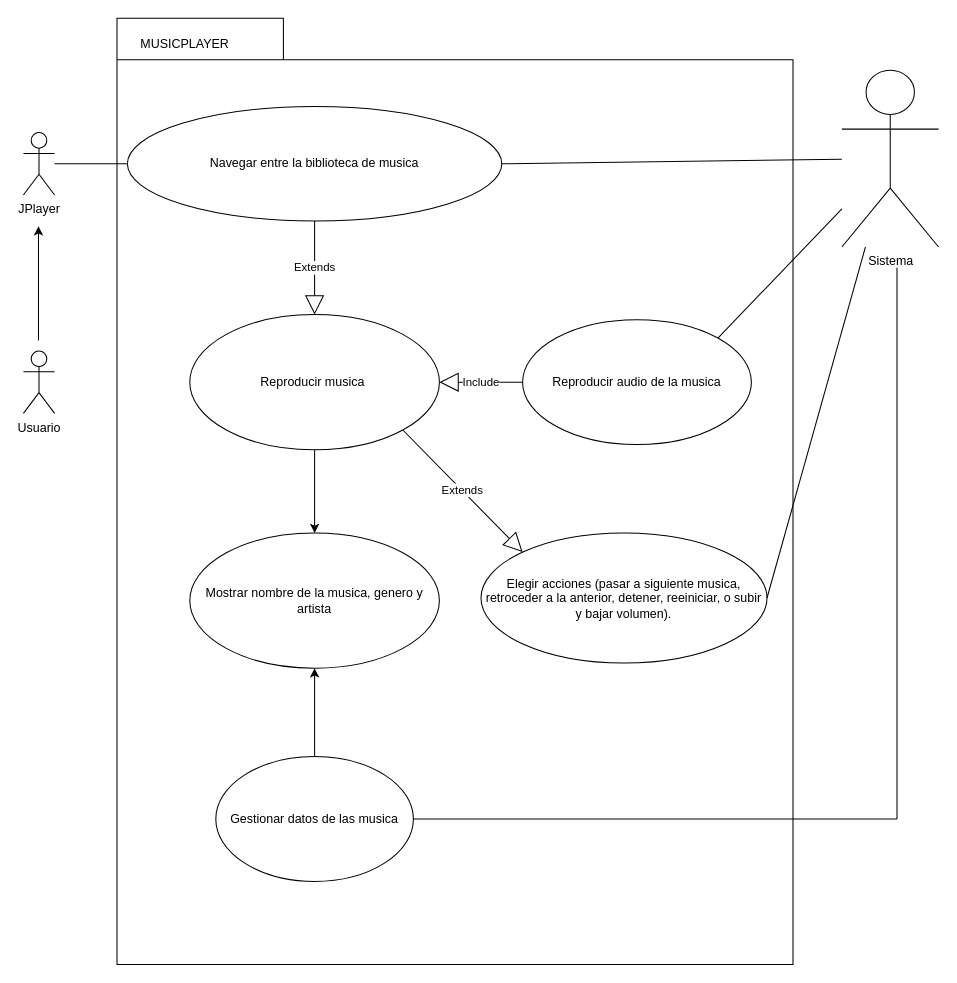
Earlier version of the draw.io diagram design/modelsCaseDiagram.drawio (JhosuaS/musicplayer). Source tidied: cells renumbered, new cells numbered last; positions are measured from the earlier drawing's top-left corner, leaving out a move shared by most shapes. Both pictures are drawn from the tidied source at 104%, with x=0, y=0 at pixel (23, 18).
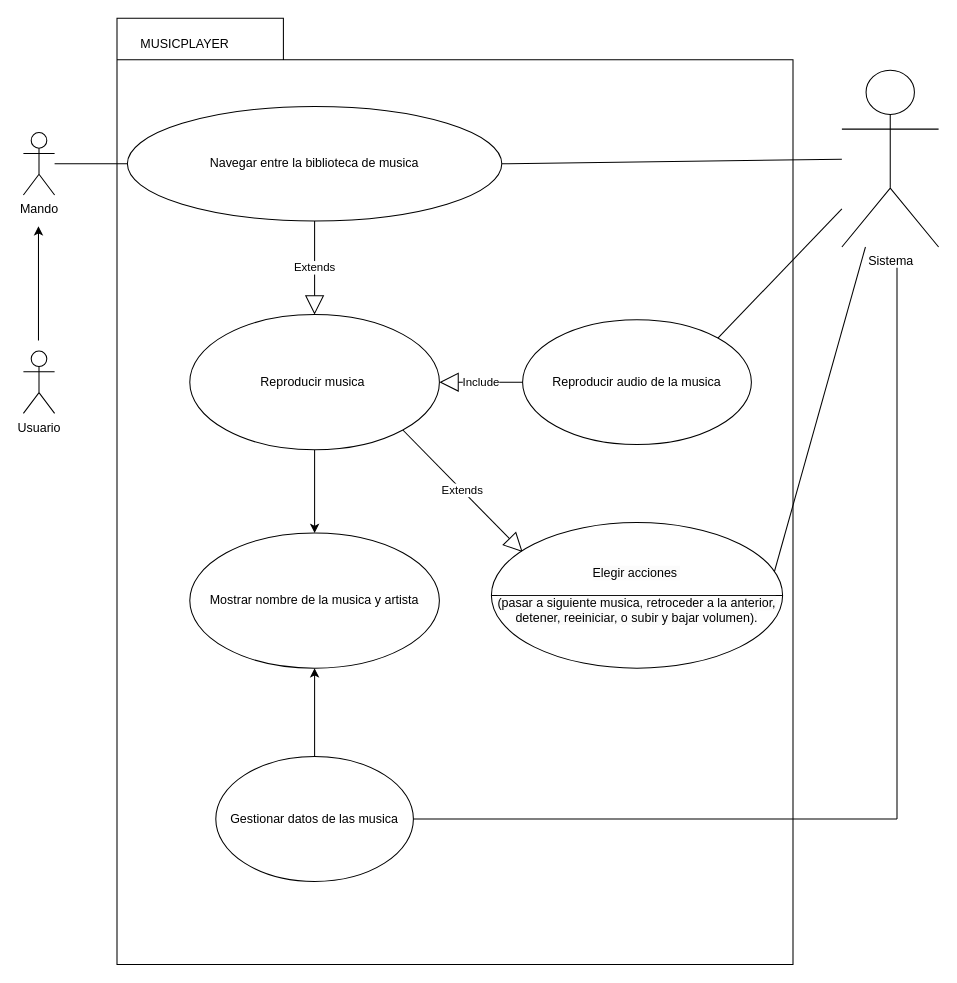
After the change.

Unchanged cells that the change refers to:
```xml
<mxCell id="5" value="Sistema" style="shape=umlActor;verticalLabelPosition=bottom;verticalAlign=top;html=1;outlineConnect=0;" parent="1" vertex="1">
  <mxGeometry x="787" y="50" width="93" height="170" as="geometry" />
</mxCell>
<mxCell id="12" value="Reproducir musica&amp;nbsp;" style="ellipse;whiteSpace=wrap;html=1;" parent="1" vertex="1">
  <mxGeometry x="160" y="285" width="240" height="130" as="geometry" />
</mxCell>
```

Change to the diagram source:
```diff
@@
-    <mxCell id="4" value="JPlayer" style="shape=umlActor;verticalLabelPosition=bottom;verticalAlign=top;html=1;outlineConnect=0;" parent="1" vertex="1">
+    <mxCell id="4" value="Mando" style="shape=umlActor;verticalLabelPosition=bottom;verticalAlign=top;html=1;outlineConnect=0;" parent="1" vertex="1">
       <mxGeometry y="110" width="30" height="60" as="geometry" />
     </mxCell>
@@
-    <mxCell id="14" value="Mostrar nombre de la musica, genero y artista" style="ellipse;whiteSpace=wrap;html=1;" parent="1" vertex="1">
+    <mxCell id="14" value="Mostrar nombre de la musica y artista" style="ellipse;whiteSpace=wrap;html=1;" parent="1" vertex="1">
       <mxGeometry x="160" y="495" width="240" height="130" as="geometry" />
     </mxCell>
@@
-    <mxCell id="19" value="Elegir acciones (pasar a siguiente musica, retroceder a la anterior, detener, reeiniciar, o subir y bajar volumen)." style="ellipse;whiteSpace=wrap;html=1;" parent="1" vertex="1">
-      <mxGeometry x="440" y="495" width="275" height="125" as="geometry" />
-    </mxCell>
-    <mxCell id="20" value="Extends" style="endArrow=block;endSize=16;endFill=0;html=1;exitX=1;exitY=1;exitDx=0;exitDy=0;entryX=0;entryY=0;entryDx=0;entryDy=0;" parent="1" edge="1" source="12" target="19">
-      <mxGeometry relative="1" as="geometry" />
+    <mxCell id="20" value="Extends" style="endArrow=block;endSize=16;endFill=0;html=1;exitX=1;exitY=1;exitDx=0;exitDy=0;entryX=0;entryY=0;entryDx=0;entryDy=0;" parent="1" edge="1" source="12">
+      <mxGeometry relative="1" as="geometry">
+        <mxPoint x="480.1" y="513.4" as="targetPoint" />
+      </mxGeometry>
     </mxCell>
@@
-    <mxCell id="22" style="endArrow=none;html=1;exitX=1;exitY=0.5;exitDx=0;exitDy=0;" parent="1" edge="1" source="19" target="5">
-      <mxGeometry relative="1" as="geometry" />
+    <mxCell id="22" style="endArrow=none;html=1;exitX=1;exitY=0.5;exitDx=0;exitDy=0;" parent="1" edge="1" target="5">
+      <mxGeometry relative="1" as="geometry">
+        <mxPoint x="715" y="557.5" as="sourcePoint" />
+      </mxGeometry>
     </mxCell>
@@
+    <mxCell id="19" value="&lt;br&gt;&lt;span style=&quot;color: rgb(0, 0, 0); font-family: Helvetica; font-size: 12px; font-style: normal; font-variant-ligatures: normal; font-variant-caps: normal; font-weight: 400; letter-spacing: normal; orphans: 2; text-align: center; text-indent: 0px; text-transform: none; widows: 2; word-spacing: 0px; -webkit-text-stroke-width: 0px; white-space: normal; background-color: rgb(251, 251, 251); text-decoration-thickness: initial; text-decoration-style: initial; text-decoration-color: initial; float: none; display: inline !important;&quot;&gt;Elegir acciones&amp;nbsp;&lt;/span&gt;&lt;div&gt;&lt;span style=&quot;color: rgb(0, 0, 0); font-family: Helvetica; font-size: 12px; font-style: normal; font-variant-ligatures: normal; font-variant-caps: normal; font-weight: 400; letter-spacing: normal; orphans: 2; text-align: center; text-indent: 0px; text-transform: none; widows: 2; word-spacing: 0px; -webkit-text-stroke-width: 0px; white-space: normal; background-color: rgb(251, 251, 251); text-decoration-thickness: initial; text-decoration-style: initial; text-decoration-color: initial; float: none; display: inline !important;&quot;&gt;&lt;br&gt;&lt;/span&gt;&lt;/div&gt;&lt;div&gt;&lt;span style=&quot;color: rgb(0, 0, 0); font-family: Helvetica; font-size: 12px; font-style: normal; font-variant-ligatures: normal; font-variant-caps: normal; font-weight: 400; letter-spacing: normal; orphans: 2; text-align: center; text-indent: 0px; text-transform: none; widows: 2; word-spacing: 0px; -webkit-text-stroke-width: 0px; white-space: normal; background-color: rgb(251, 251, 251); text-decoration-thickness: initial; text-decoration-style: initial; text-decoration-color: initial; float: none; display: inline !important;&quot;&gt;(pasar a siguiente musica, retroceder a la anterior, detener, reeiniciar, o subir y bajar volumen).&lt;/span&gt;&lt;br&gt;&lt;br&gt;&lt;/div&gt;" style="shape=lineEllipse;perimeter=ellipsePerimeter;whiteSpace=wrap;html=1;backgroundOutline=1;" parent="1" vertex="1">
+      <mxGeometry x="450" y="485" width="280" height="140" as="geometry" />
+    </mxCell>
```
